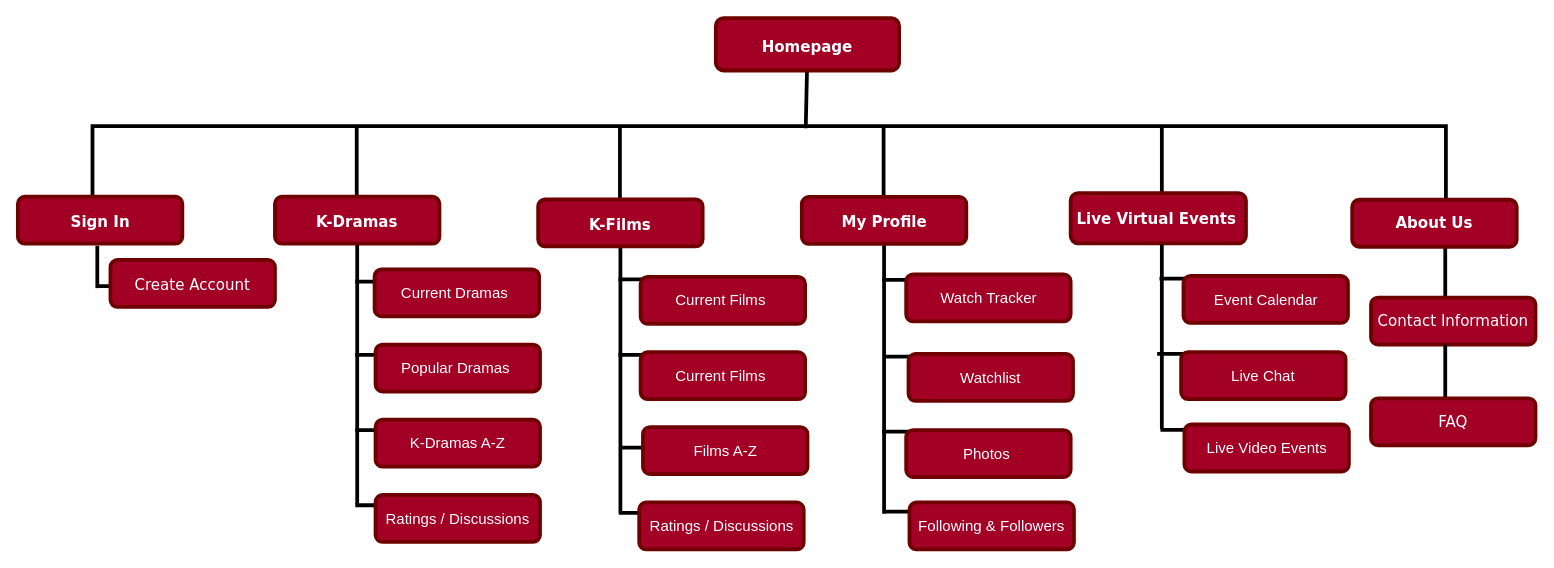
Aaliyahrin/Project-2 keeps this draw.io diagram as Untitled Diagram.drawio. Above is the earlier version. Source tidied: cells renumbered, new cells numbered last; positions are measured from the earlier drawing's top-left corner, leaving out a move shared by most shapes. Both pictures are drawn from the tidied source at 94%, with x=0, y=0 at pixel (17, -515).
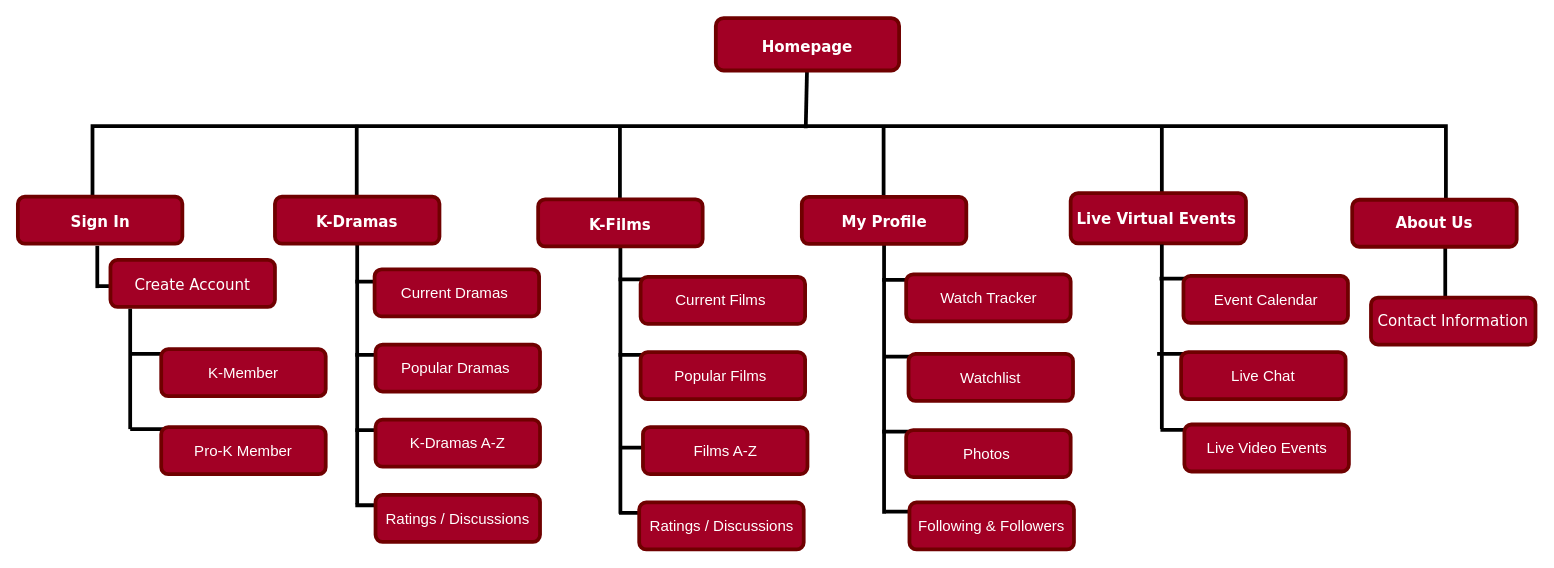
Above is the later version.

Diff of the diagram source:
```diff
@@
+    <mxCell id="56" style="line;strokeWidth=4;html=1;" parent="1" vertex="1">
+      <mxGeometry x="120" y="914" width="50" height="20" as="geometry" />
+    </mxCell>
@@
-    <mxCell id="40" value="&lt;font style=&quot;font-size: 16px;&quot;&gt;Current Films&amp;nbsp;&lt;/font&gt;" style="rounded=1;whiteSpace=wrap;html=1;strokeWidth=4;fillColor=#a20025;strokeColor=#6F0000;fontColor=#ffffff;" parent="1" vertex="1">
+    <mxCell id="40" value="&lt;font style=&quot;font-size: 16px;&quot;&gt;Popular Films&amp;nbsp;&lt;/font&gt;" style="rounded=1;whiteSpace=wrap;html=1;strokeWidth=4;fillColor=#a20025;strokeColor=#6F0000;fontColor=#ffffff;" parent="1" vertex="1">
       <mxGeometry x="663" y="922.2" width="175" height="50" as="geometry" />
     </mxCell>
@@
-    <mxCell id="54" style="line;strokeWidth=4;direction=south;html=1;perimeter=backbonePerimeter;" parent="1" vertex="1">
-      <mxGeometry x="1514" y="914" width="10" height="67.2" as="geometry" />
-    </mxCell>
-    <mxCell id="55" value="&lt;font size=&quot;3&quot; face=&quot;Verdana&quot;&gt;FAQ&lt;/font&gt;" style="rounded=1;whiteSpace=wrap;html=1;strokeWidth=4;fillColor=#a20025;strokeColor=#6F0000;fontColor=#ffffff;" parent="1" vertex="1">
-      <mxGeometry x="1440" y="971.2" width="175" height="50" as="geometry" />
-    </mxCell>
+    <mxCell id="57" style="line;strokeWidth=4;direction=south;html=1;perimeter=backbonePerimeter;" parent="1" vertex="1">
+      <mxGeometry x="110" y="876" width="20" height="128" as="geometry" />
+    </mxCell>
+    <mxCell id="58" value="&lt;font size=&quot;3&quot;&gt;K-Member&lt;/font&gt;" style="rounded=1;whiteSpace=wrap;html=1;strokeWidth=4;fillColor=#a20025;strokeColor=#6F0000;fontColor=#ffffff;" parent="1" vertex="1">
+      <mxGeometry x="153" y="919" width="175" height="50" as="geometry" />
+    </mxCell>
+    <mxCell id="59" style="line;strokeWidth=4;html=1;" parent="1" vertex="1">
+      <mxGeometry x="120" y="994" width="50" height="20" as="geometry" />
+    </mxCell>
+    <mxCell id="60" value="&lt;font size=&quot;3&quot;&gt;Pro-K Member&lt;/font&gt;" style="rounded=1;whiteSpace=wrap;html=1;strokeWidth=4;fillColor=#a20025;strokeColor=#6F0000;fontColor=#ffffff;" parent="1" vertex="1">
+      <mxGeometry x="153" y="1002" width="175" height="50" as="geometry" />
+    </mxCell>
```
